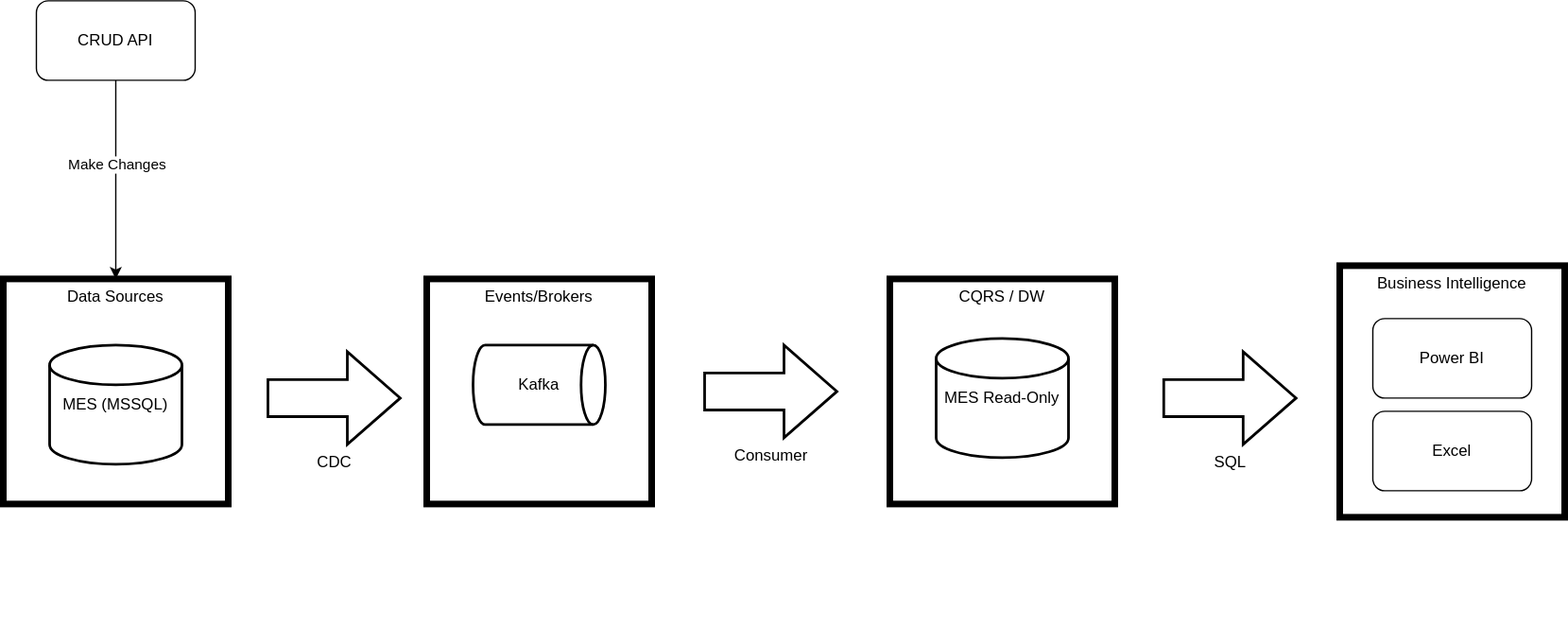
The draw.io diagram docs/diagrams/demo.svg in slidwell44/MIS6940_finalProject, before a commit. Source tidied: cells renumbered, new cells last; positions are measured from the earlier drawing's top-left corner, leaving out a move shared by most shapes.
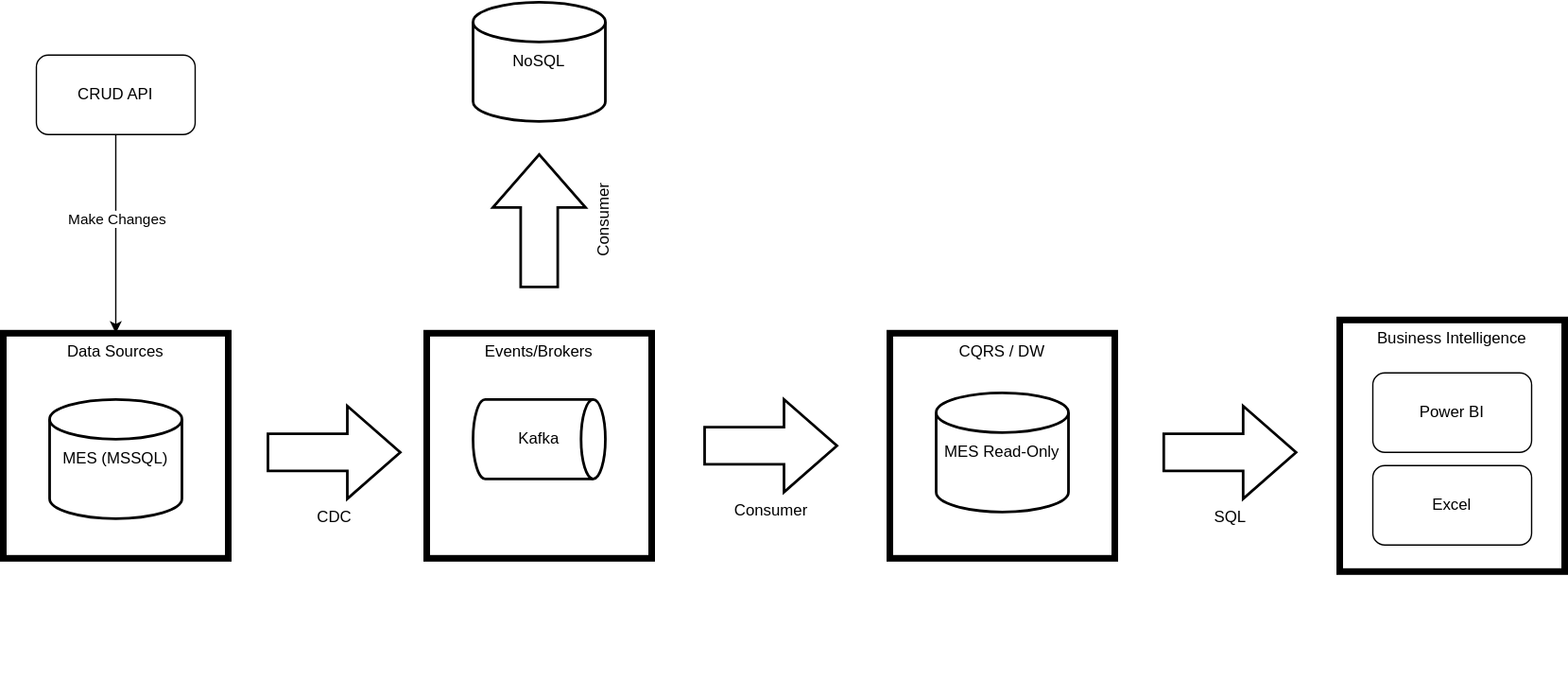
After the commit.

What changed in the source:
```diff
@@ -53,5 +53,11 @@
     <mxCell id="17" value="CRUD API" style="rounded=1;whiteSpace=wrap;html=1;" parent="1" vertex="1">
       <mxGeometry x="25" width="120" height="60" as="geometry" />
     </mxCell>
+    <mxCell id="18" value="Consumer" style="verticalLabelPosition=bottom;verticalAlign=top;html=1;strokeWidth=2;shape=mxgraph.arrows2.arrow;dy=0.6;dx=40;notch=0;rotation=-90;" parent="1" vertex="1">
+      <mxGeometry x="355" y="90" width="100" height="70" as="geometry" />
+    </mxCell>
+    <mxCell id="19" value="NoSQL" style="strokeWidth=2;html=1;shape=mxgraph.flowchart.database;whiteSpace=wrap;" parent="1" vertex="1">
+      <mxGeometry x="355" y="-40" width="100" height="90" as="geometry" />
+    </mxCell>
   </root>
 </mxGraphModel>
```
